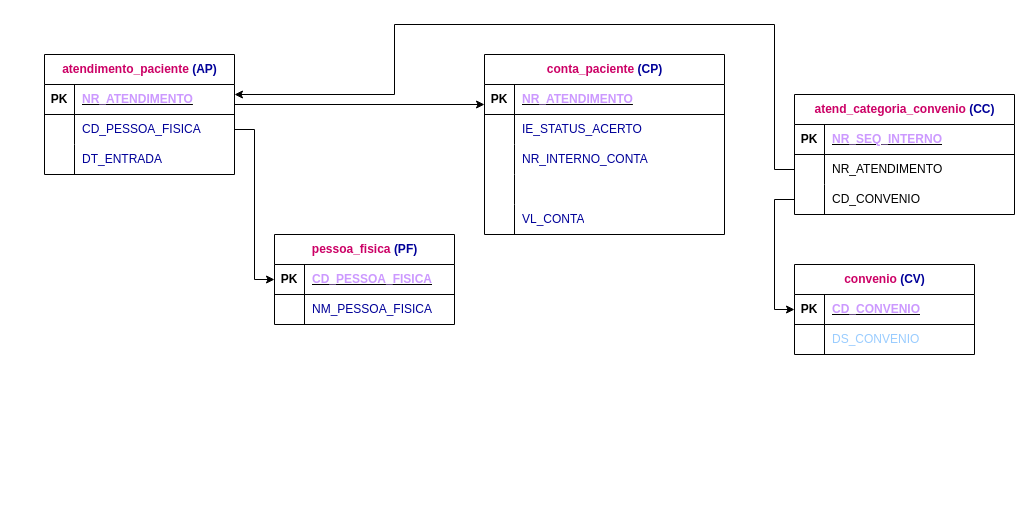
Above: Exercício13.drawio in PatriciaGavloski/diagramas.sql (draw.io), before the change. Source tidied: cells renumbered, new cells numbered last; positions are measured from the earlier drawing's top-left corner, leaving out a move shared by most shapes. Both pictures are drawn from the tidied source at 100%, with x=0, y=0 at pixel (44, 24).
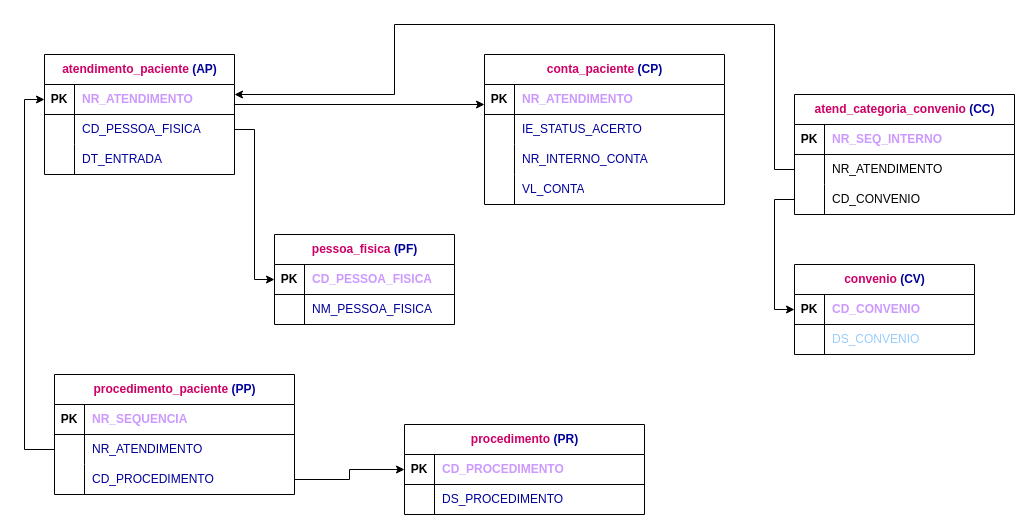
The same page after the edit.

The change refers to these unchanged cells:
```xml
<mxCell id="3" style="shape=tableRow;horizontal=0;startSize=0;swimlaneHead=0;swimlaneBody=0;fillColor=none;top=0;left=0;right=0;bottom=1;" parent="2" vertex="1">
  <mxGeometry y="30" width="240" height="30" as="geometry" />
</mxCell>
<mxCell id="19" style="shape=tableRow;horizontal=0;startSize=0;swimlaneHead=0;swimlaneBody=0;fillColor=none;points=[[0,0.5],[1,0.5]];portConstraint=eastwest;top=0;left=0;right=0;bottom=1;" parent="18" vertex="1">
  <mxGeometry y="30" width="190" height="30" as="geometry" />
</mxCell>
<mxCell id="29" style="shape=tableRow;horizontal=0;startSize=0;swimlaneHead=0;swimlaneBody=0;fillColor=none;points=[[0,0.5],[1,0.5]];portConstraint=eastwest;top=0;left=0;right=0;bottom=1;" parent="28" vertex="1">
  <mxGeometry y="30" width="180" height="30" as="geometry" />
</mxCell>
<mxCell id="36" style="shape=tableRow;horizontal=0;startSize=0;swimlaneHead=0;swimlaneBody=0;fillColor=none;top=0;left=0;right=0;bottom=1;" parent="35" vertex="1">
  <mxGeometry y="30" width="220" height="30" as="geometry" />
</mxCell>
<mxCell id="47" style="shape=tableRow;horizontal=0;startSize=0;swimlaneHead=0;swimlaneBody=0;fillColor=none;points=[[0,0.5],[1,0.5]];portConstraint=eastwest;top=0;left=0;right=0;bottom=1;" parent="46" vertex="1">
  <mxGeometry y="30" width="180" height="30" as="geometry" />
</mxCell>
```

Diff of the diagram source:
```diff
@@
     <mxCell id="2" value="&lt;font color=&quot;#cc0066&quot;&gt;conta_paciente&lt;/font&gt;&lt;font color=&quot;#000099&quot;&gt; (CP)&lt;/font&gt;" style="shape=table;startSize=30;childLayout=tableLayout;rowLines=0;fontStyle=1;align=center;html=1;" parent="1" vertex="1">
-      <mxGeometry x="440" y="30" width="240" height="180" as="geometry" />
+      <mxGeometry x="440" y="30" width="240" height="150" as="geometry" />
     </mxCell>
@@
-    <mxCell id="5" value="&lt;font color=&quot;#cc99ff&quot;&gt;NR_ATENDIMENTO&lt;/font&gt;" style="shape=partialRectangle;fillColor=none;top=0;left=0;bottom=0;right=0;align=left;spacingLeft=6;fontStyle=5;overflow=hidden;whiteSpace=wrap;html=1;" parent="3" vertex="1">
+    <mxCell id="5" value="&lt;font color=&quot;#cc99ff&quot;&gt;NR_ATENDIMENTO&lt;/font&gt;" style="shape=partialRectangle;fillColor=none;top=0;left=0;bottom=0;right=0;align=left;spacingLeft=6;fontStyle=1;overflow=hidden;whiteSpace=wrap;html=1;" parent="3" vertex="1">
       <mxGeometry x="30" width="210" height="30" as="geometry" />
     </mxCell>
@@
-    <mxCell id="12" style="shape=tableRow;horizontal=0;startSize=0;swimlaneHead=0;swimlaneBody=0;fillColor=none;top=0;left=0;right=0;bottom=0;" parent="2" vertex="1">
-      <mxGeometry y="120" width="240" height="30" as="geometry" />
-    </mxCell>
-    <mxCell id="13" style="shape=partialRectangle;fillColor=none;top=0;left=0;bottom=0;right=0;overflow=hidden;whiteSpace=wrap;html=1;" parent="12" vertex="1">
-      <mxGeometry width="30" height="30" as="geometry" />
-    </mxCell>
-    <mxCell id="14" style="shape=partialRectangle;fillColor=none;top=0;left=0;bottom=0;right=0;align=left;spacingLeft=6;overflow=hidden;whiteSpace=wrap;html=1;" parent="12" vertex="1">
-      <mxGeometry x="30" width="210" height="30" as="geometry" />
-    </mxCell>
     <mxCell id="15" style="shape=tableRow;horizontal=0;startSize=0;swimlaneHead=0;swimlaneBody=0;fillColor=none;top=0;left=0;right=0;bottom=0;" parent="2" vertex="1">
-      <mxGeometry y="150" width="240" height="30" as="geometry" />
+      <mxGeometry y="120" width="240" height="30" as="geometry" />
     </mxCell>
@@
-    <mxCell id="21" value="&lt;font color=&quot;#cc99ff&quot;&gt;NR_ATENDIMENTO&lt;/font&gt;" style="shape=partialRectangle;fillColor=none;top=0;left=0;bottom=0;right=0;align=left;spacingLeft=6;fontStyle=5;overflow=hidden;whiteSpace=wrap;html=1;" parent="19" vertex="1">
+    <mxCell id="21" value="&lt;font color=&quot;#cc99ff&quot;&gt;NR_ATENDIMENTO&lt;/font&gt;" style="shape=partialRectangle;fillColor=none;top=0;left=0;bottom=0;right=0;align=left;spacingLeft=6;fontStyle=1;overflow=hidden;whiteSpace=wrap;html=1;" parent="19" vertex="1">
       <mxGeometry x="30" width="160" height="30" as="geometry" />
     </mxCell>
@@
-    <mxCell id="31" value="&lt;font color=&quot;#cc99ff&quot;&gt;CD_PESSOA_FISICA&lt;/font&gt;" style="shape=partialRectangle;fillColor=none;top=0;left=0;bottom=0;right=0;align=left;spacingLeft=6;fontStyle=5;overflow=hidden;whiteSpace=wrap;html=1;" parent="29" vertex="1">
+    <mxCell id="31" value="&lt;font color=&quot;#cc99ff&quot;&gt;CD_PESSOA_FISICA&lt;/font&gt;" style="shape=partialRectangle;fillColor=none;top=0;left=0;bottom=0;right=0;align=left;spacingLeft=6;fontStyle=1;overflow=hidden;whiteSpace=wrap;html=1;" parent="29" vertex="1">
       <mxGeometry x="30" width="150" height="30" as="geometry" />
     </mxCell>
@@
-    <mxCell id="38" value="&lt;font color=&quot;#cc99ff&quot;&gt;NR_SEQ_INTERNO&lt;/font&gt;" style="shape=partialRectangle;fillColor=none;top=0;left=0;bottom=0;right=0;align=left;spacingLeft=6;fontStyle=5;overflow=hidden;whiteSpace=wrap;html=1;" parent="36" vertex="1">
+    <mxCell id="38" value="&lt;font color=&quot;#cc99ff&quot;&gt;NR_SEQ_INTERNO&lt;/font&gt;" style="shape=partialRectangle;fillColor=none;top=0;left=0;bottom=0;right=0;align=left;spacingLeft=6;fontStyle=1;overflow=hidden;whiteSpace=wrap;html=1;" parent="36" vertex="1">
       <mxGeometry x="30" width="190" height="30" as="geometry" />
     </mxCell>
@@
-    <mxCell id="49" value="&lt;font color=&quot;#cc99ff&quot;&gt;CD_CONVENIO&lt;/font&gt;" style="shape=partialRectangle;fillColor=none;top=0;left=0;bottom=0;right=0;align=left;spacingLeft=6;fontStyle=5;overflow=hidden;whiteSpace=wrap;html=1;" parent="47" vertex="1">
+    <mxCell id="49" value="&lt;font color=&quot;#cc99ff&quot;&gt;CD_CONVENIO&lt;/font&gt;" style="shape=partialRectangle;fillColor=none;top=0;left=0;bottom=0;right=0;align=left;spacingLeft=6;fontStyle=1;overflow=hidden;whiteSpace=wrap;html=1;" parent="47" vertex="1">
       <mxGeometry x="30" width="150" height="30" as="geometry" />
     </mxCell>
@@
+    <mxCell id="56" value="&lt;font color=&quot;#cc0066&quot;&gt;procedimento &lt;/font&gt;&lt;font color=&quot;#000099&quot;&gt;(PR)&lt;/font&gt;" style="shape=table;startSize=30;childLayout=tableLayout;rowLines=0;fontStyle=1;align=center;html=1;" parent="1" vertex="1">
+      <mxGeometry x="360" y="400" width="240" height="90" as="geometry" />
+    </mxCell>
+    <mxCell id="57" style="shape=tableRow;horizontal=0;startSize=0;swimlaneHead=0;swimlaneBody=0;fillColor=none;points=[[0,0.5],[1,0.5]];portConstraint=eastwest;top=0;left=0;right=0;bottom=1;" parent="56" vertex="1">
+      <mxGeometry y="30" width="240" height="30" as="geometry" />
+    </mxCell>
+    <mxCell id="58" value="PK" style="shape=partialRectangle;fillColor=none;top=0;left=0;bottom=0;right=0;fontStyle=1;overflow=hidden;whiteSpace=wrap;html=1;" parent="57" vertex="1">
+      <mxGeometry width="30" height="30" as="geometry" />
+    </mxCell>
+    <mxCell id="59" value="&lt;font color=&quot;#cc99ff&quot;&gt;CD_PROCEDIMENTO&lt;/font&gt;" style="shape=partialRectangle;fillColor=none;top=0;left=0;bottom=0;right=0;align=left;spacingLeft=6;fontStyle=1;overflow=hidden;whiteSpace=wrap;html=1;" parent="57" vertex="1">
+      <mxGeometry x="30" width="210" height="30" as="geometry" />
+    </mxCell>
+    <mxCell id="60" style="shape=tableRow;horizontal=0;startSize=0;swimlaneHead=0;swimlaneBody=0;fillColor=none;top=0;left=0;right=0;bottom=0;" parent="56" vertex="1">
+      <mxGeometry y="60" width="240" height="30" as="geometry" />
+    </mxCell>
+    <mxCell id="61" style="shape=partialRectangle;fillColor=none;top=0;left=0;bottom=0;right=0;overflow=hidden;whiteSpace=wrap;html=1;" parent="60" vertex="1">
+      <mxGeometry width="30" height="30" as="geometry" />
+    </mxCell>
+    <mxCell id="62" value="&lt;font color=&quot;#000099&quot;&gt;DS_PROCEDIMENTO&lt;/font&gt;" style="shape=partialRectangle;fillColor=none;top=0;left=0;bottom=0;right=0;align=left;spacingLeft=6;overflow=hidden;whiteSpace=wrap;html=1;" parent="60" vertex="1">
+      <mxGeometry x="30" width="210" height="30" as="geometry" />
+    </mxCell>
+    <mxCell id="63" value="&lt;font color=&quot;#cc0066&quot;&gt;procedimento_paciente&amp;nbsp;&lt;/font&gt;&lt;font color=&quot;#000099&quot;&gt;(PP)&lt;/font&gt;" style="shape=table;startSize=30;childLayout=tableLayout;rowLines=0;fontStyle=1;align=center;html=1;" parent="1" vertex="1">
+      <mxGeometry x="10" y="350" width="240" height="120" as="geometry" />
+    </mxCell>
+    <mxCell id="64" style="shape=tableRow;horizontal=0;startSize=0;swimlaneHead=0;swimlaneBody=0;fillColor=none;top=0;left=0;right=0;bottom=1;" parent="63" vertex="1">
+      <mxGeometry y="30" width="240" height="30" as="geometry" />
+    </mxCell>
+    <mxCell id="65" value="PK" style="shape=partialRectangle;fillColor=none;top=0;left=0;bottom=0;right=0;fontStyle=1;overflow=hidden;whiteSpace=wrap;html=1;" parent="64" vertex="1">
+      <mxGeometry width="30" height="30" as="geometry" />
+    </mxCell>
+    <mxCell id="66" value="&lt;font color=&quot;#cc99ff&quot;&gt;NR_SEQUENCIA&lt;/font&gt;" style="shape=partialRectangle;fillColor=none;top=0;left=0;bottom=0;right=0;align=left;spacingLeft=6;fontStyle=1;overflow=hidden;whiteSpace=wrap;html=1;" parent="64" vertex="1">
+      <mxGeometry x="30" width="210" height="30" as="geometry" />
+    </mxCell>
+    <mxCell id="67" style="shape=tableRow;horizontal=0;startSize=0;swimlaneHead=0;swimlaneBody=0;fillColor=none;points=[[0,0.5],[1,0.5]];portConstraint=eastwest;top=0;left=0;right=0;bottom=0;" parent="63" vertex="1">
+      <mxGeometry y="60" width="240" height="30" as="geometry" />
+    </mxCell>
+    <mxCell id="68" style="shape=partialRectangle;fillColor=none;top=0;left=0;bottom=0;right=0;overflow=hidden;whiteSpace=wrap;html=1;" parent="67" vertex="1">
+      <mxGeometry width="30" height="30" as="geometry" />
+    </mxCell>
+    <mxCell id="69" value="&lt;font color=&quot;#000099&quot;&gt;NR_ATENDIMENTO&lt;/font&gt;" style="shape=partialRectangle;fillColor=none;top=0;left=0;bottom=0;right=0;align=left;spacingLeft=6;overflow=hidden;whiteSpace=wrap;html=1;" parent="67" vertex="1">
+      <mxGeometry x="30" width="210" height="30" as="geometry" />
+    </mxCell>
+    <mxCell id="70" style="shape=tableRow;horizontal=0;startSize=0;swimlaneHead=0;swimlaneBody=0;fillColor=none;points=[[0,0.5],[1,0.5]];portConstraint=eastwest;top=0;left=0;right=0;bottom=0;" parent="63" vertex="1">
+      <mxGeometry y="90" width="240" height="30" as="geometry" />
+    </mxCell>
+    <mxCell id="71" style="shape=partialRectangle;fillColor=none;top=0;left=0;bottom=0;right=0;overflow=hidden;whiteSpace=wrap;html=1;" parent="70" vertex="1">
+      <mxGeometry width="30" height="30" as="geometry" />
+    </mxCell>
+    <mxCell id="72" value="&lt;font color=&quot;#000099&quot;&gt;CD_PROCEDIMENTO&lt;/font&gt;" style="shape=partialRectangle;fillColor=none;top=0;left=0;bottom=0;right=0;align=left;spacingLeft=6;overflow=hidden;whiteSpace=wrap;html=1;" parent="70" vertex="1">
+      <mxGeometry x="30" width="210" height="30" as="geometry" />
+    </mxCell>
+    <mxCell id="73" style="edgeStyle=orthogonalEdgeStyle;rounded=0;jettySize=auto;html=1;exitX=0;exitY=0.5;exitDx=0;exitDy=0;entryX=0;entryY=0.5;entryDx=0;entryDy=0;" parent="1" edge="1" source="67" target="19">
+      <mxGeometry relative="1" as="geometry" />
+    </mxCell>
+    <mxCell id="74" style="edgeStyle=orthogonalEdgeStyle;rounded=0;jettySize=auto;html=1;exitX=1;exitY=0.5;exitDx=0;exitDy=0;entryX=0;entryY=0.5;entryDx=0;entryDy=0;" parent="1" edge="1" source="70" target="57">
+      <mxGeometry relative="1" as="geometry" />
+    </mxCell>
```
